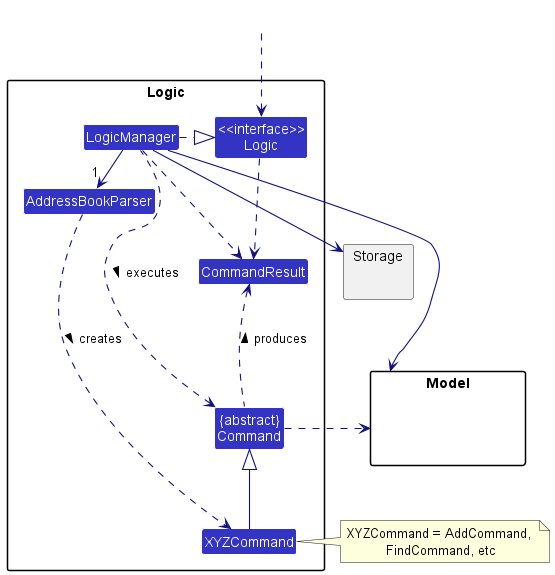
The PlantUML diagram docs/images/logic/LogicClassDiagram.png in nus-cs2103-AY2223S2/tp, before a commit. Source of this version:
```plantuml
@startuml
!include ../style.puml
skinparam arrowThickness 1.1
skinparam arrowColor LOGIC_COLOR_T4
skinparam classBackgroundColor LOGIC_COLOR

package Logic {

Class AddressBookParser
Class XYZCommand
Class CommandResult
Class "{abstract}\nCommand" as Command


Class "<<interface>>\nLogic" as Logic
Class LogicManager
}

package Model{
Class HiddenModel #FFFFFF
}

package Storage{
}

Class HiddenOutside #FFFFFF
HiddenOutside ..> Logic

LogicManager .right.|> Logic
LogicManager -right->"1" AddressBookParser
AddressBookParser ..> XYZCommand : creates >

XYZCommand -up-|> Command
LogicManager .left.> Command : executes >

LogicManager --> Model
LogicManager --> Storage
Storage --[hidden] Model
Command .[hidden]up.> Storage
Command .right.> Model
note right of XYZCommand: XYZCommand = AddCommand, \nFindCommand, etc

Logic ..> CommandResult
LogicManager .down.> CommandResult
Command .up.> CommandResult : produces >
@enduml
```
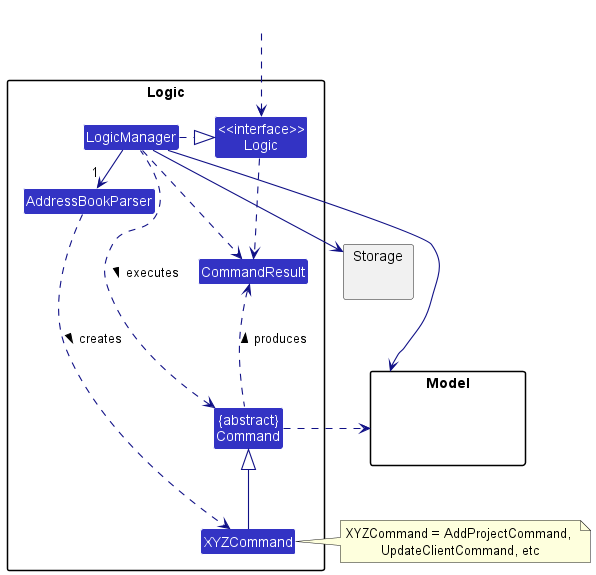
The same diagram one commit later.

Change to the diagram source:
```diff
@@ -38,7 +38,7 @@
 Storage --[hidden] Model
 Command .[hidden]up.> Storage
 Command .right.> Model
-note right of XYZCommand: XYZCommand = AddCommand, \nFindCommand, etc
+note right of XYZCommand: XYZCommand = AddProjectCommand, \nUpdateClientCommand, etc
 
 Logic ..> CommandResult
 LogicManager .down.> CommandResult
```
